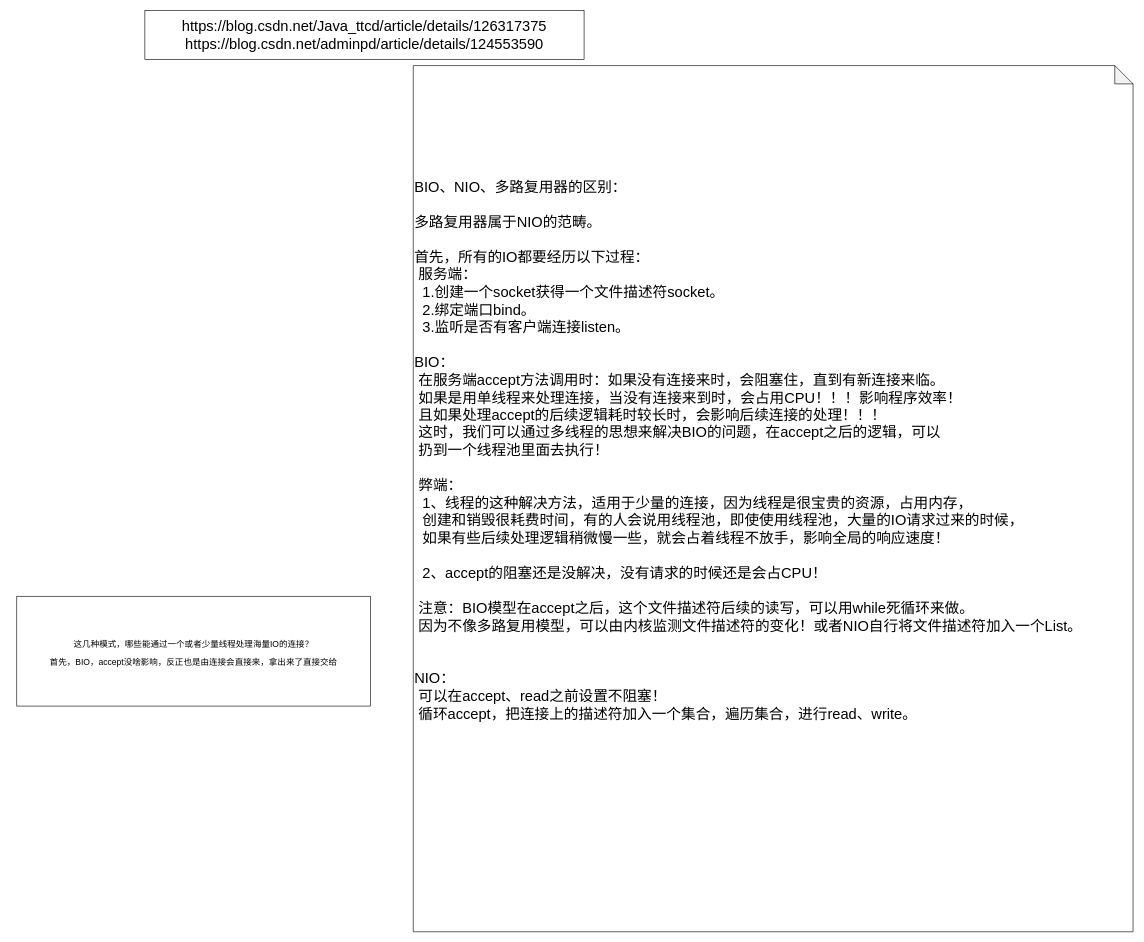
Before: Others/IO.drawio in KGwolf/MyDraw, a draw.io diagram. Source tidied: cells renumbered, new cells numbered last; positions are measured from the earlier drawing's top-left corner, leaving out a move shared by most shapes. Both pictures are drawn from the tidied source at 61%, with x=0, y=0 at pixel (16, 10).
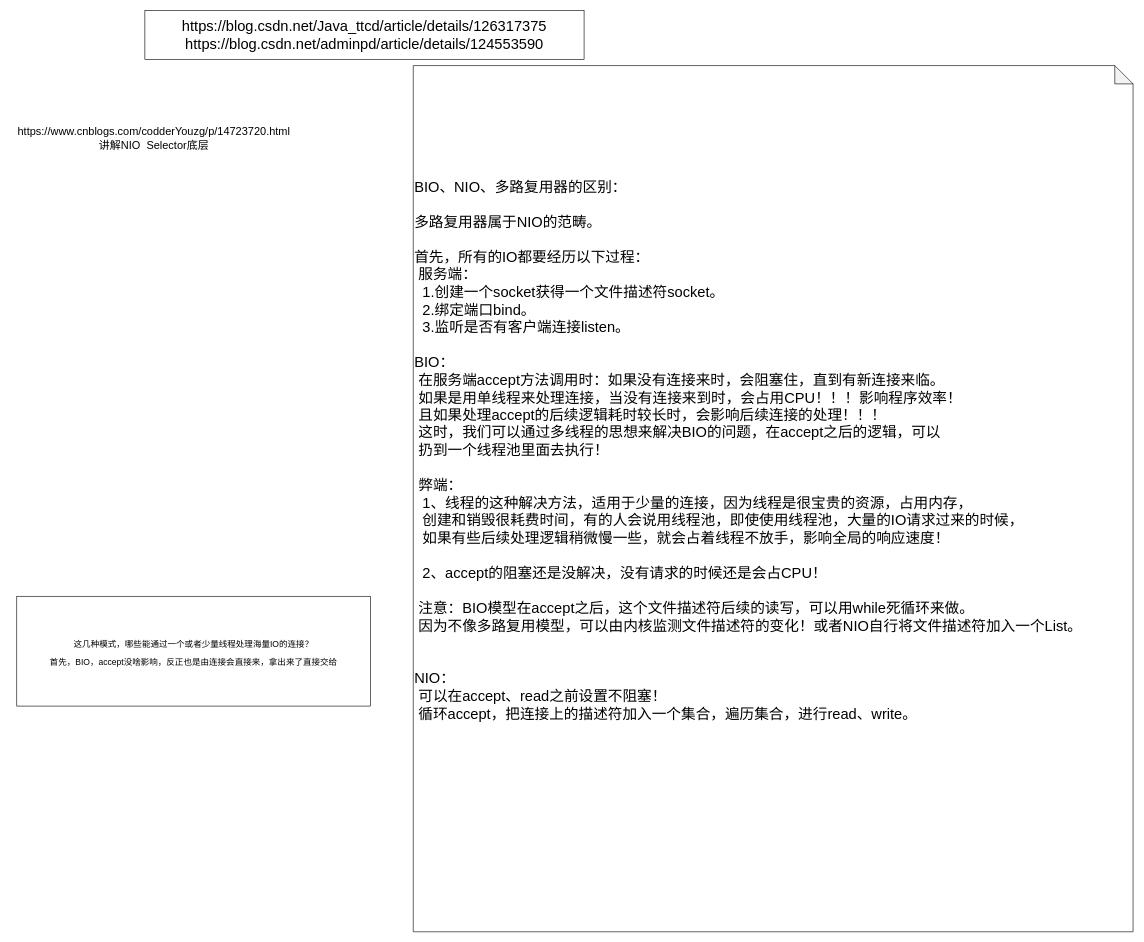
The same page after the edit.

Diff of the diagram source:
```diff
@@
 <mxGraphModel>
   <root>
     <mxCell id="0" />
     <mxCell id="1" parent="0" />
     <mxCell id="2" value="&lt;div style=&quot;&quot;&gt;&lt;span style=&quot;font-size: 24px; background-color: initial;&quot;&gt;BIO、NIO、多路复用器的区别：&lt;/span&gt;&lt;/div&gt;&lt;div style=&quot;&quot;&gt;&lt;span style=&quot;font-size: 24px; background-color: initial;&quot;&gt;&lt;br&gt;&lt;/span&gt;&lt;/div&gt;&lt;div style=&quot;&quot;&gt;&lt;span style=&quot;font-size: 24px; background-color: initial;&quot;&gt;多路复用器属于NIO的范畴。&lt;/span&gt;&lt;/div&gt;&lt;div style=&quot;&quot;&gt;&lt;span style=&quot;font-size: 24px; background-color: initial;&quot;&gt;&lt;br&gt;&lt;/span&gt;&lt;/div&gt;&lt;div style=&quot;&quot;&gt;&lt;span style=&quot;font-size: 24px;&quot;&gt;首先，所有的IO都要经历以下过程：&lt;/span&gt;&lt;/div&gt;&lt;div style=&quot;&quot;&gt;&lt;span style=&quot;font-size: 24px;&quot;&gt;&lt;span style=&quot;white-space: pre;&quot;&gt; &lt;/span&gt;服务端：&lt;/span&gt;&lt;/div&gt;&lt;div style=&quot;&quot;&gt;&lt;span style=&quot;font-size: 24px;&quot;&gt;&lt;span style=&quot;white-space: pre;&quot;&gt; &lt;/span&gt;&lt;span style=&quot;white-space: pre;&quot;&gt; &lt;/span&gt;1.创建一个socket获得一个文件描述符socket。&lt;br&gt;&lt;/span&gt;&lt;/div&gt;&lt;div style=&quot;&quot;&gt;&lt;span style=&quot;font-size: 24px;&quot;&gt;&lt;span style=&quot;white-space: pre;&quot;&gt; &lt;/span&gt;&lt;span style=&quot;white-space: pre;&quot;&gt; &lt;/span&gt;2.绑定端口bind。&lt;br&gt;&lt;/span&gt;&lt;/div&gt;&lt;div style=&quot;&quot;&gt;&lt;span style=&quot;font-size: 24px;&quot;&gt;&lt;span style=&quot;white-space: pre;&quot;&gt; &lt;/span&gt;&lt;span style=&quot;white-space: pre;&quot;&gt; &lt;/span&gt;3.监听是否有客户端连接listen。&lt;br&gt;&lt;/span&gt;&lt;/div&gt;&lt;div style=&quot;&quot;&gt;&lt;span style=&quot;font-size: 24px;&quot;&gt;&lt;br&gt;&lt;/span&gt;&lt;/div&gt;&lt;div style=&quot;&quot;&gt;&lt;span style=&quot;font-size: 24px;&quot;&gt;BIO：&lt;/span&gt;&lt;/div&gt;&lt;div style=&quot;&quot;&gt;&lt;span style=&quot;font-size: 24px;&quot;&gt;&lt;span style=&quot;white-space: pre;&quot;&gt; &lt;/span&gt;在服务端accept方法调用时：如果没有连接来时，会阻塞住，直到有新连接来临。&lt;br&gt;&lt;/span&gt;&lt;/div&gt;&lt;div style=&quot;&quot;&gt;&lt;span style=&quot;font-size: 24px;&quot;&gt;&lt;span style=&quot;white-space: pre;&quot;&gt; &lt;/span&gt;如果是用单线程来处理连接，当没有连接来到时，会占用CPU！！！影响程序效率！&lt;br&gt;&lt;/span&gt;&lt;/div&gt;&lt;div style=&quot;&quot;&gt;&lt;span style=&quot;font-size: 24px;&quot;&gt;&lt;span style=&quot;white-space: pre;&quot;&gt; &lt;/span&gt;且如果处理accept的后续逻辑耗时较长时，会影响后续连接的处理！！！&lt;br&gt;&lt;/span&gt;&lt;/div&gt;&lt;div style=&quot;&quot;&gt;&lt;span style=&quot;font-size: 24px;&quot;&gt;&lt;span style=&quot;white-space: pre;&quot;&gt; &lt;/span&gt;这时，我们可以通过多线程的思想来解决BIO的问题，在accept之后的逻辑，可以&lt;br&gt;&lt;/span&gt;&lt;/div&gt;&lt;div style=&quot;&quot;&gt;&lt;span style=&quot;font-size: 24px;&quot;&gt;&lt;span style=&quot;white-space: pre;&quot;&gt; &lt;/span&gt;扔到一个线程池里面去执行！&lt;br&gt;&lt;/span&gt;&lt;/div&gt;&lt;div style=&quot;&quot;&gt;&lt;span style=&quot;font-size: 24px;&quot;&gt;&lt;br&gt;&lt;/span&gt;&lt;/div&gt;&lt;div style=&quot;&quot;&gt;&lt;span style=&quot;font-size: 24px;&quot;&gt;&lt;span style=&quot;white-space: pre;&quot;&gt; &lt;/span&gt;弊端：&lt;/span&gt;&lt;/div&gt;&lt;div style=&quot;&quot;&gt;&lt;span style=&quot;font-size: 24px;&quot;&gt;&lt;span style=&quot;white-space: pre;&quot;&gt; &lt;/span&gt;&lt;span style=&quot;white-space: pre;&quot;&gt; &lt;/span&gt;1、线程的这种解决方法，适用于少量的连接，因为线程是很宝贵的资源，占用内存，&lt;/span&gt;&lt;/div&gt;&lt;div style=&quot;&quot;&gt;&lt;span style=&quot;background-color: initial; font-size: 24px;&quot;&gt;&lt;span style=&quot;white-space: pre;&quot;&gt; &lt;/span&gt;&lt;span style=&quot;white-space: pre;&quot;&gt; &lt;/span&gt;创建和销毁很耗费时间，有的人会说用线程池，即使使用线程池，大量的IO请求过来的时候，&lt;/span&gt;&lt;/div&gt;&lt;div style=&quot;&quot;&gt;&lt;span style=&quot;background-color: initial; font-size: 24px;&quot;&gt;&lt;span style=&quot;white-space: pre;&quot;&gt; &lt;/span&gt;&lt;span style=&quot;white-space: pre;&quot;&gt; &lt;/span&gt;如果有些后续处理逻辑稍微慢一些，就会占着线程不放手，影响全局的响应速度！&lt;/span&gt;&lt;/div&gt;&lt;div style=&quot;&quot;&gt;&lt;span style=&quot;font-size: 24px; background-color: initial;&quot;&gt;&lt;br&gt;&lt;/span&gt;&lt;/div&gt;&lt;div style=&quot;&quot;&gt;&lt;span style=&quot;font-size: 24px; background-color: initial;&quot;&gt;&lt;span style=&quot;white-space: pre;&quot;&gt; &lt;/span&gt;&lt;span style=&quot;white-space: pre;&quot;&gt; &lt;/span&gt;2、accept的阻塞还是没解决，没有请求的时候还是会占CPU！&lt;/span&gt;&lt;/div&gt;&lt;div style=&quot;&quot;&gt;&lt;span style=&quot;font-size: 24px;&quot;&gt;&lt;br&gt;&lt;/span&gt;&lt;/div&gt;&lt;div style=&quot;&quot;&gt;&lt;span style=&quot;font-size: 24px;&quot;&gt;&lt;span style=&quot;white-space: pre;&quot;&gt; &lt;/span&gt;注意：BIO模型在accept之后，这个文件描述符后续的读写，可以用while死循环来做。&lt;br&gt;&lt;/span&gt;&lt;/div&gt;&lt;div style=&quot;&quot;&gt;&lt;span style=&quot;font-size: 24px;&quot;&gt;&lt;span style=&quot;white-space: pre;&quot;&gt; &lt;/span&gt;因为不像多路复用模型，可以由内核监测文件描述符的变化！或者NIO自行将文件描述符加入一个List。&lt;br&gt;&lt;/span&gt;&lt;/div&gt;&lt;div style=&quot;&quot;&gt;&lt;span style=&quot;font-size: 24px;&quot;&gt;&lt;br&gt;&lt;/span&gt;&lt;/div&gt;&lt;div style=&quot;&quot;&gt;&lt;span style=&quot;font-size: 24px;&quot;&gt;&lt;br&gt;&lt;/span&gt;&lt;/div&gt;&lt;div style=&quot;&quot;&gt;&lt;span style=&quot;font-size: 24px;&quot;&gt;NIO：&lt;/span&gt;&lt;/div&gt;&lt;div style=&quot;&quot;&gt;&lt;span style=&quot;font-size: 24px;&quot;&gt;&lt;span style=&quot;white-space: pre;&quot;&gt; &lt;/span&gt;可以在accept、read之前设置不阻塞！&lt;br&gt;&lt;/span&gt;&lt;/div&gt;&lt;div style=&quot;&quot;&gt;&lt;span style=&quot;font-size: 24px;&quot;&gt;&lt;span style=&quot;white-space: pre;&quot;&gt; &lt;/span&gt;循环accept，把连接上的描述符加入一个集合，遍历集合，进行read、write。&lt;br&gt;&lt;/span&gt;&lt;/div&gt;&lt;div style=&quot;&quot;&gt;&lt;span style=&quot;font-size: 24px;&quot;&gt;&lt;br&gt;&lt;/span&gt;&lt;/div&gt;&lt;div style=&quot;&quot;&gt;&lt;span style=&quot;font-size: 24px;&quot;&gt;&lt;span style=&quot;white-space: pre;&quot;&gt; &lt;/span&gt;&lt;br&gt;&lt;/span&gt;&lt;/div&gt;&lt;div style=&quot;&quot;&gt;&lt;span style=&quot;font-size: 24px;&quot;&gt;&lt;br&gt;&lt;/span&gt;&lt;/div&gt;&lt;div style=&quot;&quot;&gt;&lt;span style=&quot;font-size: 24px;&quot;&gt;&lt;span style=&quot;white-space: pre;&quot;&gt; &lt;/span&gt;&lt;br&gt;&lt;/span&gt;&lt;/div&gt;&lt;div style=&quot;&quot;&gt;&lt;span style=&quot;font-size: 24px;&quot;&gt;&lt;br&gt;&lt;/span&gt;&lt;/div&gt;&lt;div style=&quot;&quot;&gt;&lt;span style=&quot;white-space: pre;&quot;&gt; &lt;/span&gt;&lt;span style=&quot;white-space: pre;&quot;&gt; &lt;/span&gt;&lt;br&gt;&lt;/div&gt;" style="shape=note;whiteSpace=wrap;html=1;backgroundOutline=1;darkOpacity=0.05;align=left;" parent="1" vertex="1">
       <mxGeometry x="650" y="90" width="1180" height="1420" as="geometry" />
     </mxCell>
     <mxCell id="3" value="https://blog.csdn.net/Java_ttcd/article/details/126317375&lt;br&gt;https://blog.csdn.net/adminpd/article/details/124553590" style="rounded=0;whiteSpace=wrap;html=1;fontSize=24;" parent="1" vertex="1">
       <mxGeometry x="210" width="720" height="80" as="geometry" />
     </mxCell>
     <mxCell id="4" value="&lt;font style=&quot;font-size: 14px;&quot;&gt;这几种模式，哪些能通过一个或者少量线程处理海量IO的连接？&lt;br&gt;首先，BIO，accept没啥影响，反正也是由连接会直接来，拿出来了直接交给&lt;br&gt;&lt;/font&gt;" style="rounded=0;whiteSpace=wrap;html=1;fontSize=24;" parent="1" vertex="1">
       <mxGeometry y="960" width="580" height="180" as="geometry" />
     </mxCell>
+    <mxCell id="5" value="&lt;font style=&quot;font-size: 18px;&quot;&gt;https://www.cnblogs.com/codderYouzg/p/14723720.html&lt;br&gt;讲解NIO&amp;nbsp; Selector底层&lt;br&gt;&lt;/font&gt;" style="text;html=1;strokeColor=none;fillColor=none;align=center;verticalAlign=middle;whiteSpace=wrap;rounded=0;" parent="1" vertex="1">
+      <mxGeometry x="-10" y="150" width="470" height="120" as="geometry" />
+    </mxCell>
   </root>
 </mxGraphModel>
```
